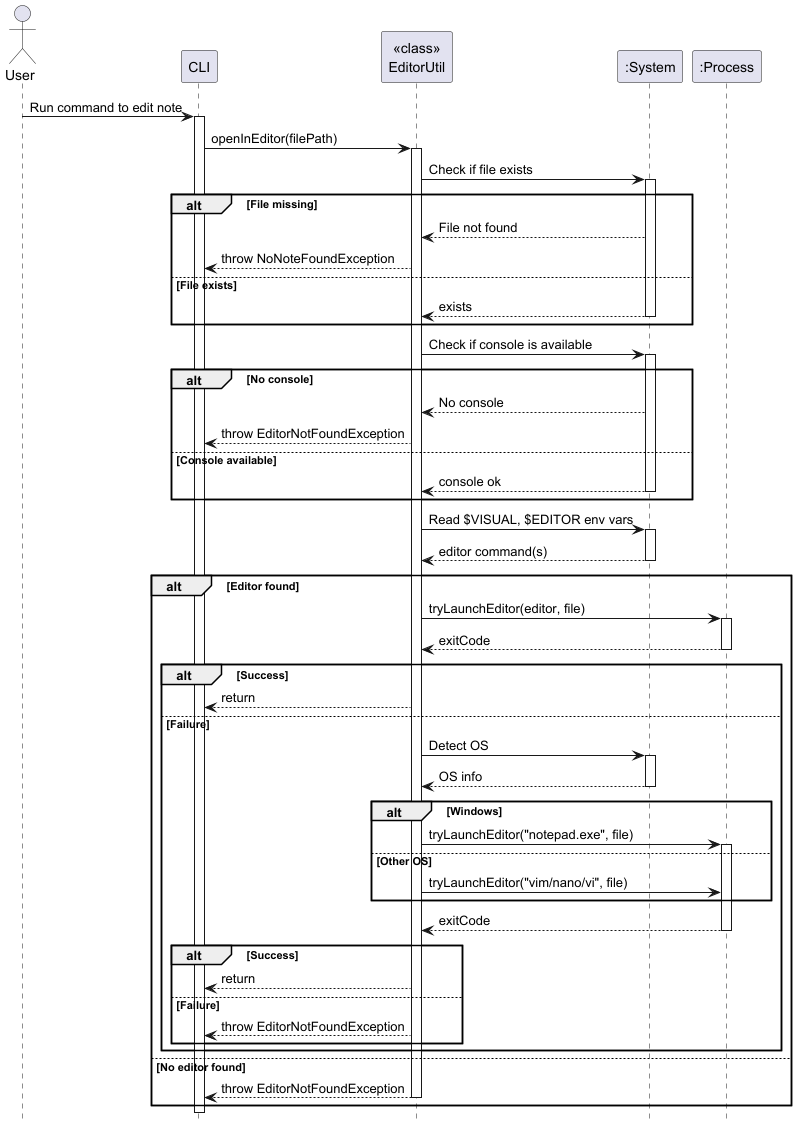
shauntsr/tp keeps this PlantUML diagram as docs/images/EditorIntegrationSequence.png. Above is the earlier version.
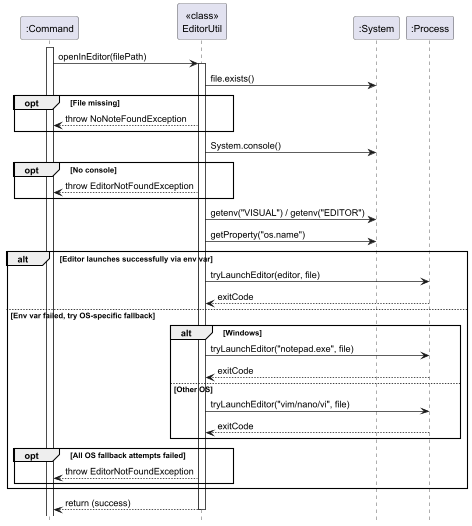
Later version of the same file.

Diff of the diagram source:
```diff
@@ -1,76 +1,44 @@
 @startuml EditorIntegrationSequence
-actor User
-participant CLI
+participant ":Command" as Command
 participant "<<class>>\nEditorUtil" as EditorUtil
 participant ":System" as System
 participant ":Process" as Process
 
 hide footbox
+activate Command
 
-User -> CLI : Run command to edit note
-activate CLI
-
-CLI -> EditorUtil : openInEditor(filePath)
+Command -> EditorUtil: openInEditor(filePath)
 activate EditorUtil
 
-EditorUtil -> System : Check if file exists
-activate System
-alt File missing
-    System --> EditorUtil : File not found
-    EditorUtil --> CLI : throw NoNoteFoundException
-else File exists
-    System --> EditorUtil : exists
-    deactivate System
+EditorUtil -> System: file.exists()
+opt File missing
+    EditorUtil --> Command: throw NoNoteFoundException
 end
 
-EditorUtil -> System : Check if console is available
-activate System
-alt No console
-    System --> EditorUtil : No console
-    EditorUtil --> CLI : throw EditorNotFoundException
-else Console available
-    System --> EditorUtil : console ok
-    deactivate System
+EditorUtil -> System: System.console()
+opt No console
+    EditorUtil --> Command: throw EditorNotFoundException
 end
 
-EditorUtil -> System : Read $VISUAL, $EDITOR env vars
-activate System
-System --> EditorUtil : editor command(s)
-deactivate System
-
-alt Editor found
-    EditorUtil -> Process : tryLaunchEditor(editor, file)
-    activate Process
-    Process --> EditorUtil : exitCode
-    deactivate Process
-    alt Success
-        EditorUtil --> CLI : return
-    else Failure
-        EditorUtil -> System : Detect OS
-        activate System
-        System --> EditorUtil : OS info
-        deactivate System
-
-        alt Windows
-            EditorUtil -> Process : tryLaunchEditor("notepad.exe", file)
-            activate Process
-        else Other OS
-            EditorUtil -> Process : tryLaunchEditor("vim/nano/vi", file)
-        end
-        activate Process
-        Process --> EditorUtil : exitCode
-        deactivate Process
-        alt Success
-            EditorUtil --> CLI : return
-        else Failure
-            EditorUtil --> CLI : throw EditorNotFoundException
-        end
+EditorUtil -> System: getenv("VISUAL") / getenv("EDITOR")
+EditorUtil -> System: getProperty("os.name")
+alt Editor launches successfully via env var
+    EditorUtil -> Process: tryLaunchEditor(editor, file)
+    Process --> EditorUtil: exitCode
+else Env var failed, try OS-specific fallback
+    alt Windows
+        EditorUtil -> Process: tryLaunchEditor("notepad.exe", file)
+        Process --> EditorUtil: exitCode
+    else Other OS
+        EditorUtil -> Process: tryLaunchEditor("vim/nano/vi", file)
+        Process --> EditorUtil: exitCode
     end
-else No editor found
-    EditorUtil --> CLI : throw EditorNotFoundException
-    deactivate EditorUtil
+    opt All OS fallback attempts failed
+        EditorUtil --> Command: throw EditorNotFoundException
+    end
 end
 
-deactivate CLI
+EditorUtil --> Command: return (success)
+deactivate EditorUtil
 
 @enduml
```
